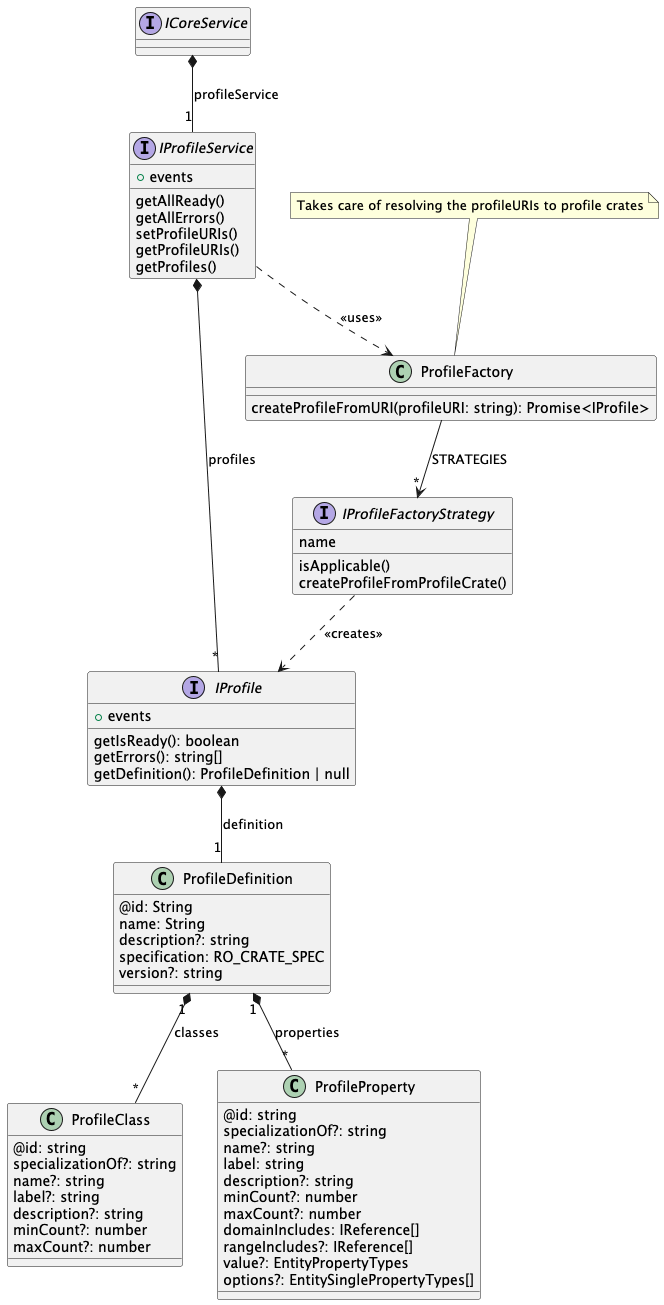
kit-data-manager/NovaCrate keeps this PlantUML diagram as docs/figures/lib/lib-profiles.png. Above is the earlier version.
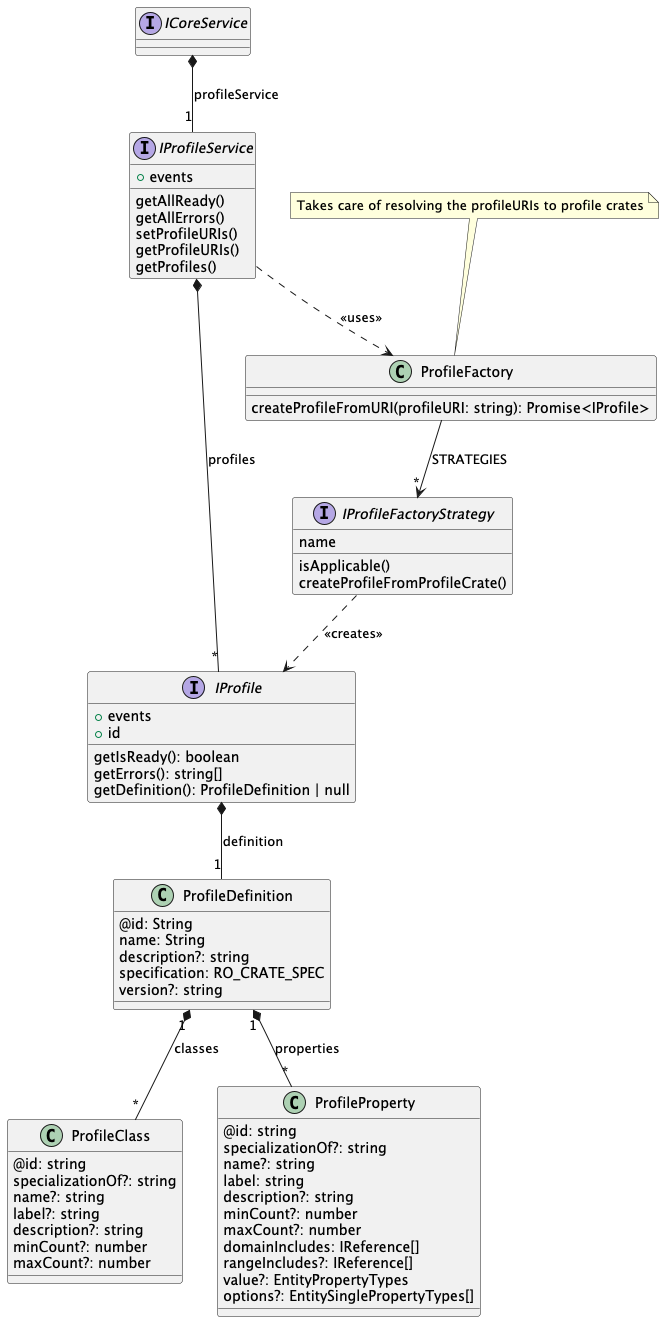
The same file after the commit.

Commit message:
feat: add profiles ui on the context page

What changed in the source:
```diff
@@ -13,6 +13,7 @@
 
 interface IProfile {
     + events
+    + id
     getIsReady(): boolean
     getErrors(): string[]
     getDefinition(): ProfileDefinition | null
```
